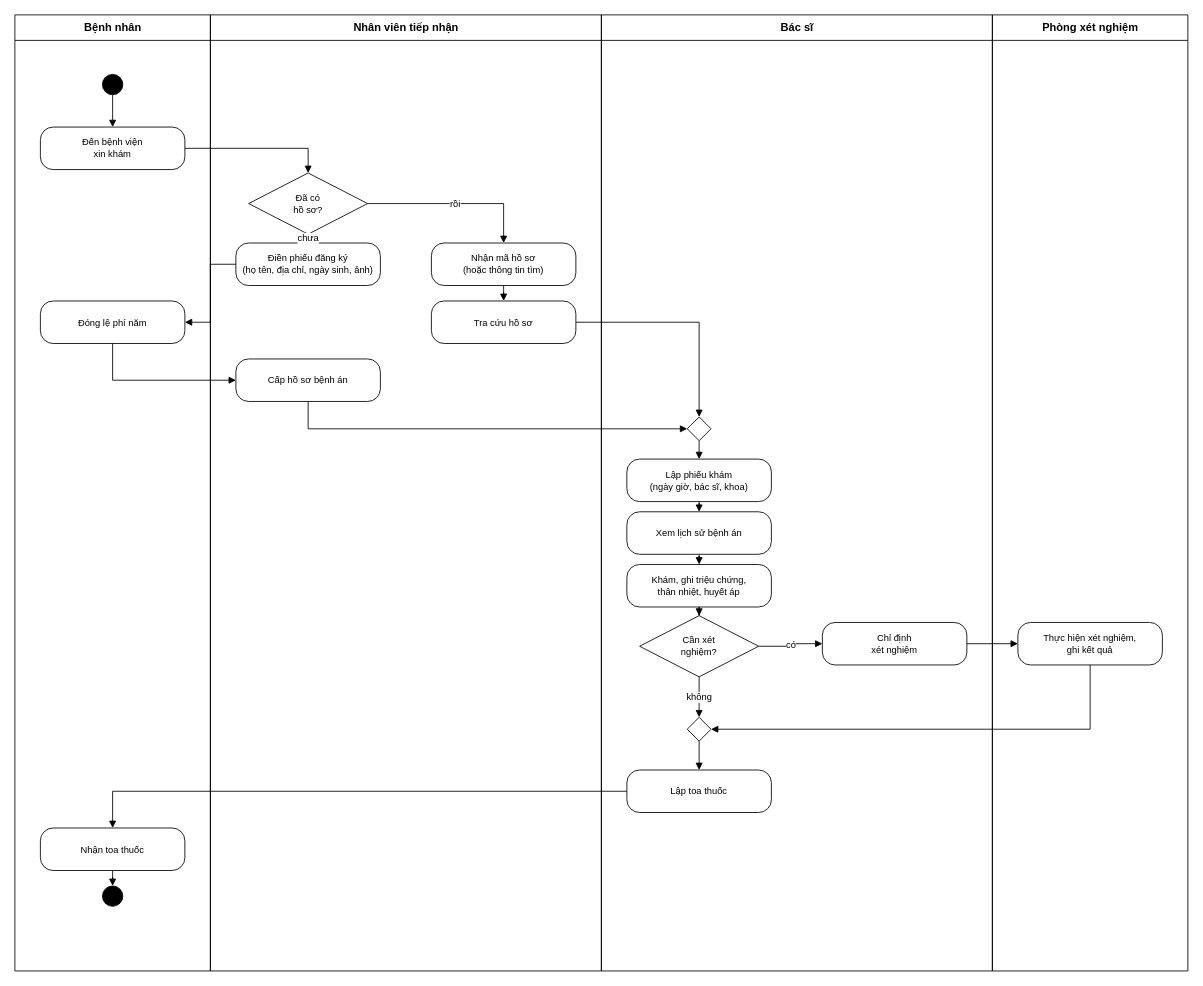
Before: page "Câu 5 - Activity Diagram" (4 of 5) of LAB6/diagrams/LAB6_UML.drawio in TranThienNhan8279/LAB_OOSD, a draw.io diagram. Source tidied: cells renumbered, new cells numbered last; positions are measured from the earlier drawing's top-left corner, leaving out a move shared by most shapes. Both pictures are drawn from the tidied source at 85%, with x=0, y=0 at pixel (14, 14).
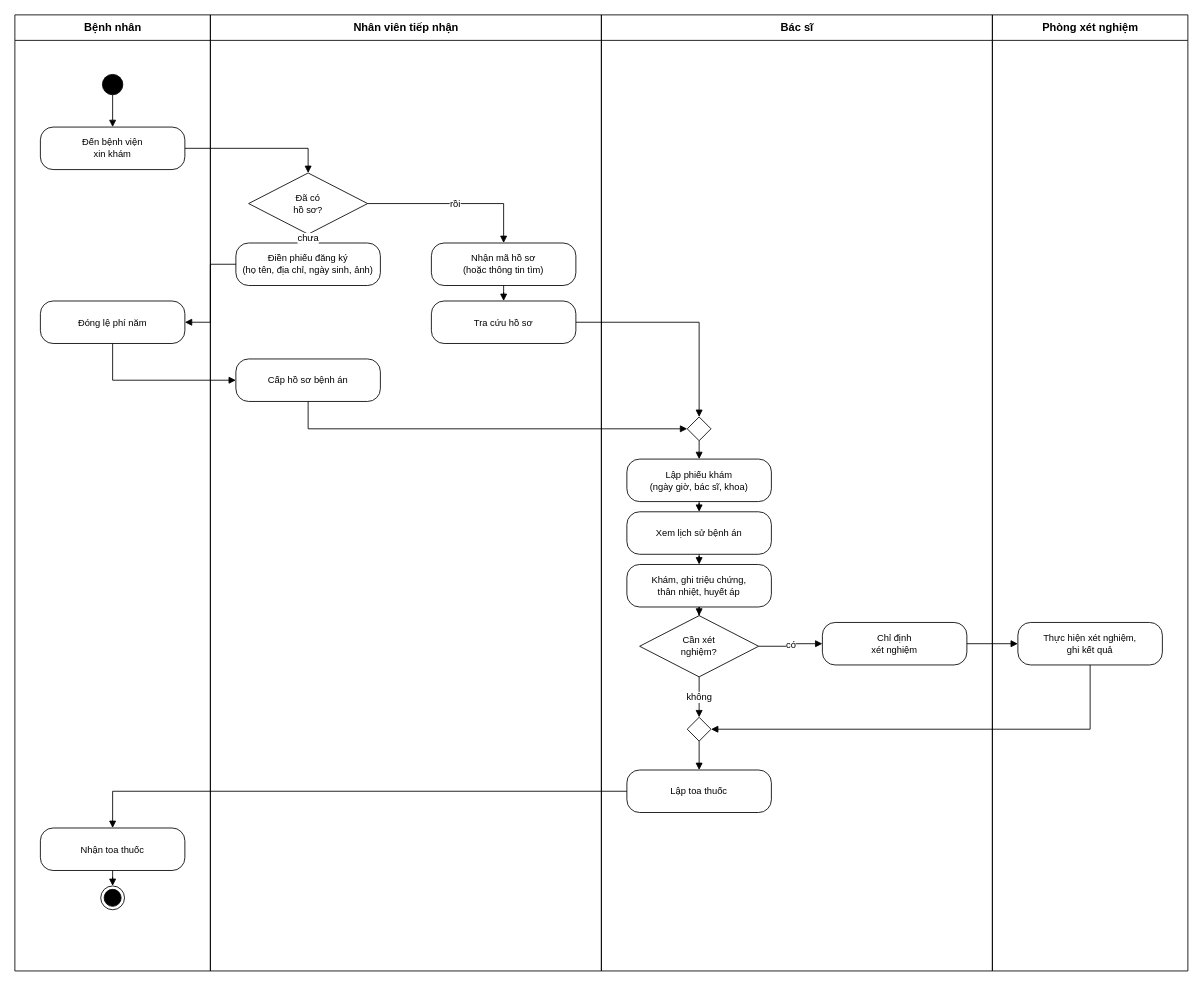
The same diagram, later.

What changed in the source:
```diff
@@
-    <mxCell id="24" style="ellipse;html=1;fillColor=#000000;strokeColor=#000000;" parent="1" vertex="1">
-      <mxGeometry x="103" y="1024.8" width="24" height="24" as="geometry" />
+    <mxCell id="24" style="ellipse;shape=endState;html=1;fillColor=#000000;strokeColor=#000000;" parent="1" vertex="1">
+      <mxGeometry x="101" y="1024.8" width="28" height="28" as="geometry" />
     </mxCell>
```
